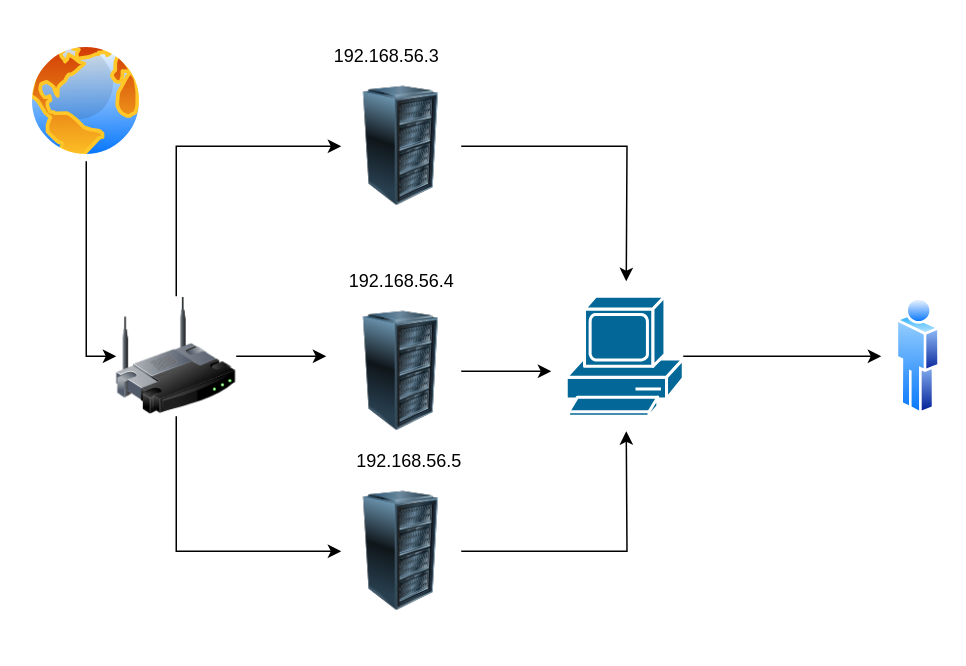
detahermana/vagrant keeps this draw.io diagram as Untitled.drawio. Above is the earlier version. Source tidied: cells renumbered, new cells numbered last; positions are measured from the earlier drawing's top-left corner, leaving out a move shared by most shapes. Both pictures are drawn from the tidied source at 150%, with x=0, y=0 at pixel (26, 40).
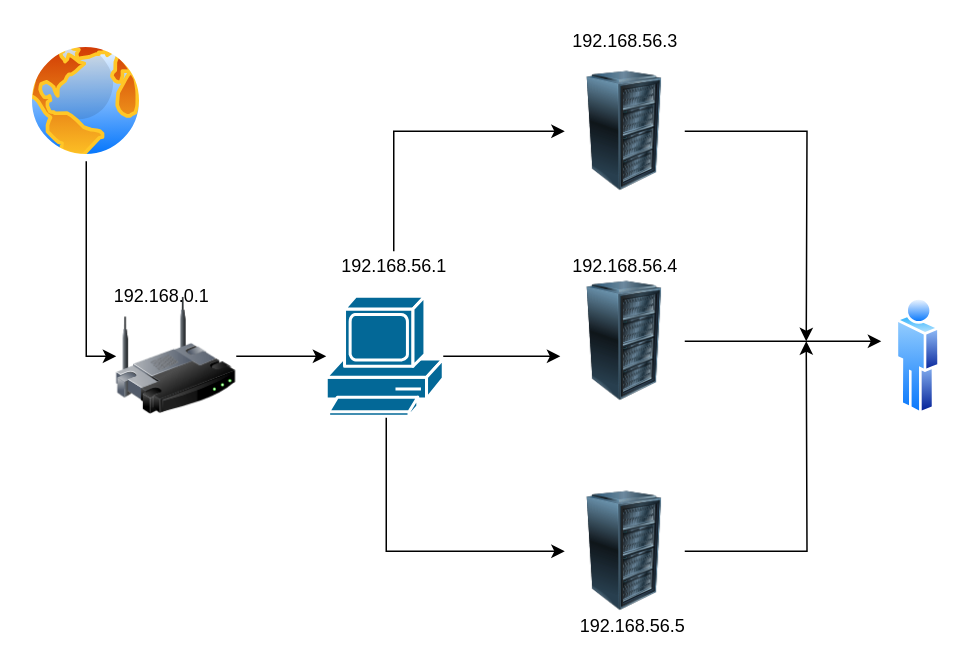
The same diagram, later.

Unchanged cells that the change refers to:
```xml
<mxCell id="9" style="image;html=1;image=img/lib/clip_art/networking/Wireless_Router_128x128.png;" parent="1" vertex="1">
  <mxGeometry x="60" y="170" width="80" height="80" as="geometry" />
</mxCell>
```

What changed in the source:
```diff
@@
-    <mxCell id="4" style="edgeStyle=orthogonalEdgeStyle;rounded=0;jettySize=auto;html=1;" parent="1" edge="1" source="5">
-      <mxGeometry relative="1" as="geometry">
-        <mxPoint x="400" y="160" as="targetPoint" />
-      </mxGeometry>
-    </mxCell>
+    <mxCell id="20" style="edgeStyle=orthogonalEdgeStyle;rounded=0;jettySize=auto;html=1;" parent="1" edge="1" source="5">
+      <mxGeometry relative="1" as="geometry">
+        <mxPoint x="570" y="200" as="targetPoint" />
+      </mxGeometry>
+    </mxCell>
     <mxCell id="5" style="image;html=1;image=img/lib/clip_art/computers/Server_Rack_128x128.png;" parent="1" vertex="1">
-      <mxGeometry x="210" y="30" width="80" height="80" as="geometry" />
+      <mxGeometry x="359" y="160" width="80" height="80" as="geometry" />
     </mxCell>
@@
-    <mxCell id="7" style="edgeStyle=orthogonalEdgeStyle;rounded=0;jettySize=auto;html=1;entryX=0;entryY=0.5;entryDx=0;entryDy=0;" parent="1" edge="1" source="9" target="5">
-      <mxGeometry relative="1" as="geometry">
-        <Array as="points">
-          <mxPoint x="100" y="70" />
-        </Array>
-      </mxGeometry>
-    </mxCell>
-    <mxCell id="8" style="edgeStyle=orthogonalEdgeStyle;rounded=0;jettySize=auto;html=1;exitX=0.5;exitY=1;exitDx=0;exitDy=0;entryX=0;entryY=0.5;entryDx=0;entryDy=0;" parent="1" edge="1" source="9" target="15">
-      <mxGeometry relative="1" as="geometry" />
-    </mxCell>
@@
-    <mxCell id="10" style="edgeStyle=orthogonalEdgeStyle;rounded=0;jettySize=auto;html=1;" parent="1" edge="1" source="11">
-      <mxGeometry relative="1" as="geometry">
-        <mxPoint x="570" y="210" as="targetPoint" />
-      </mxGeometry>
-    </mxCell>
+    <mxCell id="21" style="edgeStyle=orthogonalEdgeStyle;rounded=0;jettySize=auto;html=1;entryX=0;entryY=0.5;entryDx=0;entryDy=0;" parent="1" edge="1" source="11" target="15">
+      <mxGeometry relative="1" as="geometry">
+        <Array as="points">
+          <mxPoint x="240" y="340" />
+        </Array>
+      </mxGeometry>
+    </mxCell>
+    <mxCell id="22" style="edgeStyle=orthogonalEdgeStyle;rounded=0;jettySize=auto;html=1;entryX=-0.037;entryY=0.625;entryDx=0;entryDy=0;entryPerimeter=0;" parent="1" edge="1" source="11" target="5">
+      <mxGeometry relative="1" as="geometry" />
+    </mxCell>
     <mxCell id="11" style="shape=mxgraph.cisco.computers_and_peripherals.pc;html=1;dashed=0;fillColor=#036897;strokeColor=#ffffff;strokeWidth=2;verticalLabelPosition=bottom;verticalAlign=top;align=center;outlineConnect=0;" parent="1" vertex="1">
-      <mxGeometry x="360" y="170" width="78" height="80" as="geometry" />
+      <mxGeometry x="200" y="170" width="78" height="80" as="geometry" />
     </mxCell>
-    <mxCell id="12" style="edgeStyle=orthogonalEdgeStyle;rounded=0;jettySize=auto;html=1;" parent="1" edge="1" source="13">
-      <mxGeometry relative="1" as="geometry">
-        <mxPoint x="350" y="220" as="targetPoint" />
-      </mxGeometry>
-    </mxCell>
+    <mxCell id="23" style="edgeStyle=orthogonalEdgeStyle;rounded=0;jettySize=auto;html=1;" parent="1" edge="1" source="13">
+      <mxGeometry relative="1" as="geometry">
+        <mxPoint x="520" y="200" as="targetPoint" />
+      </mxGeometry>
+    </mxCell>
     <mxCell id="13" style="image;html=1;image=img/lib/clip_art/computers/Server_Rack_128x128.png;" parent="1" vertex="1">
-      <mxGeometry x="210" y="180" width="80" height="80" as="geometry" />
+      <mxGeometry x="359" y="20" width="80" height="80" as="geometry" />
     </mxCell>
-    <mxCell id="14" style="edgeStyle=orthogonalEdgeStyle;rounded=0;jettySize=auto;html=1;" parent="1" edge="1" source="15">
-      <mxGeometry relative="1" as="geometry">
-        <mxPoint x="400" y="260" as="targetPoint" />
-      </mxGeometry>
-    </mxCell>
+    <mxCell id="24" style="edgeStyle=orthogonalEdgeStyle;rounded=0;jettySize=auto;html=1;" parent="1" edge="1" source="15">
+      <mxGeometry relative="1" as="geometry">
+        <mxPoint x="520" y="200" as="targetPoint" />
+      </mxGeometry>
+    </mxCell>
     <mxCell id="15" style="image;html=1;image=img/lib/clip_art/computers/Server_Rack_128x128.png;" parent="1" vertex="1">
-      <mxGeometry x="210" y="300" width="80" height="80" as="geometry" />
+      <mxGeometry x="359" y="300" width="80" height="80" as="geometry" />
     </mxCell>
@@
     <mxCell id="17" value="192.168.56.3" style="text;html=1;align=center;verticalAlign=middle;strokeColor=none;fillColor=none;" parent="1" vertex="1">
-      <mxGeometry x="195" width="90" height="20" as="geometry" />
+      <mxGeometry x="354" y="-10" width="90" height="20" as="geometry" />
     </mxCell>
     <mxCell id="18" value="192.168.56.4" style="text;html=1;align=center;verticalAlign=middle;strokeColor=none;fillColor=none;" parent="1" vertex="1">
-      <mxGeometry x="205" y="150" width="90" height="20" as="geometry" />
+      <mxGeometry x="354" y="140" width="90" height="20" as="geometry" />
     </mxCell>
     <mxCell id="19" value="192.168.56.5" style="text;html=1;align=center;verticalAlign=middle;strokeColor=none;fillColor=none;" parent="1" vertex="1">
-      <mxGeometry x="210" y="270" width="90" height="20" as="geometry" />
+      <mxGeometry x="359" y="380" width="90" height="20" as="geometry" />
     </mxCell>
+    <mxCell id="25" value="192.168.0.1" style="text;html=1;align=center;verticalAlign=middle;strokeColor=none;fillColor=none;" parent="1" vertex="1">
+      <mxGeometry x="50" y="160" width="80" height="20" as="geometry" />
+    </mxCell>
+    <mxCell id="26" style="edgeStyle=orthogonalEdgeStyle;rounded=0;jettySize=auto;html=1;entryX=0;entryY=0.5;entryDx=0;entryDy=0;" parent="1" edge="1" source="27" target="13">
+      <mxGeometry relative="1" as="geometry">
+        <Array as="points">
+          <mxPoint x="245" y="60" />
+        </Array>
+      </mxGeometry>
+    </mxCell>
+    <mxCell id="27" value="192.168.56.1" style="text;html=1;align=center;verticalAlign=middle;points=[];strokeColor=none;fillColor=none;" parent="1" vertex="1">
+      <mxGeometry x="200" y="140" width="90" height="20" as="geometry" />
+    </mxCell>
```
